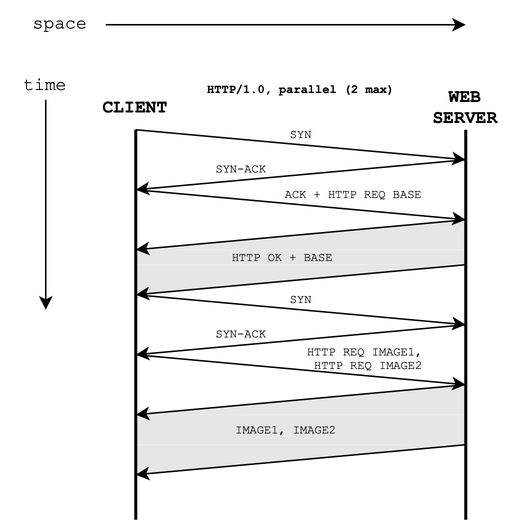
The draw.io diagram docs/NS/images/cse2024-time-space-diagram-tcp-http1.0-parallel.drawio.png in natalieagus/50005, before a commit. Source tidied: cells renumbered, new cells last; positions are measured from the earlier drawing's top-left corner, leaving out a move shared by most shapes. Its diagram source:
```xml
<mxGraphModel>
  <root>
    <mxCell id="0" />
    <mxCell id="1" parent="0" />
    <mxCell id="2" style="verticalLabelPosition=bottom;verticalAlign=top;html=1;shape=mxgraph.basic.orthogonal_triangle;fillColor=#E6E6E6;fontColor=#333333;strokeColor=#FFFFFF;flipH=1;strokeWidth=0;fontFamily=Courier New;" parent="1" vertex="1">
      <mxGeometry x="90" y="256" width="220" height="20" as="geometry" />
    </mxCell>
    <mxCell id="3" style="verticalLabelPosition=bottom;verticalAlign=top;html=1;shape=mxgraph.basic.orthogonal_triangle;fillColor=#E6E6E6;fontColor=#333333;strokeColor=#FFFFFF;flipH=0;strokeWidth=0;flipV=1;fontFamily=Courier New;" parent="1" vertex="1">
      <mxGeometry x="90" y="296" width="220" height="20" as="geometry" />
    </mxCell>
    <mxCell id="4" style="rounded=0;whiteSpace=wrap;html=1;fillColor=#E6E6E6;fontColor=#333333;strokeColor=none;strokeWidth=0;fontFamily=Courier New;" parent="1" vertex="1">
      <mxGeometry x="90" y="276" width="220" height="20" as="geometry" />
    </mxCell>
    <mxCell id="5" style="verticalLabelPosition=bottom;verticalAlign=top;html=1;shape=mxgraph.basic.orthogonal_triangle;fillColor=#E6E6E6;fontColor=#333333;strokeColor=#FFFFFF;flipH=1;strokeWidth=0;fontFamily=Courier New;" parent="1" vertex="1">
      <mxGeometry x="90" y="146" width="220" height="20" as="geometry" />
    </mxCell>
    <mxCell id="6" style="verticalLabelPosition=bottom;verticalAlign=top;html=1;shape=mxgraph.basic.orthogonal_triangle;fillColor=#E6E6E6;fontColor=#333333;strokeColor=#FFFFFF;flipH=0;flipV=1;strokeWidth=0;fontFamily=Courier New;" parent="1" vertex="1">
      <mxGeometry x="90" y="176" width="220" height="20" as="geometry" />
    </mxCell>
    <mxCell id="7" style="rounded=0;whiteSpace=wrap;html=1;fillColor=#E6E6E6;fontColor=#333333;strokeColor=none;strokeWidth=0;fontFamily=Courier New;" parent="1" vertex="1">
      <mxGeometry x="90" y="166" width="220" height="10" as="geometry" />
    </mxCell>
    <mxCell id="8" value="CLIENT" style="text;html=1;align=center;verticalAlign=middle;whiteSpace=wrap;rounded=0;fontStyle=1;fontFamily=Courier New;" parent="1" vertex="1">
      <mxGeometry x="60" y="56" width="60" height="30" as="geometry" />
    </mxCell>
    <mxCell id="9" value="WEB SERVER" style="text;html=1;align=center;verticalAlign=middle;whiteSpace=wrap;rounded=0;fontStyle=1;fontFamily=Courier New;" parent="1" vertex="1">
      <mxGeometry x="280" y="56" width="60" height="30" as="geometry" />
    </mxCell>
    <mxCell id="10" style="endArrow=none;html=1;rounded=0;strokeWidth=2;fontFamily=Courier New;" parent="1" edge="1">
      <mxGeometry relative="1" as="geometry">
        <mxPoint x="90" y="346" as="sourcePoint" />
        <mxPoint x="90" y="86" as="targetPoint" />
      </mxGeometry>
    </mxCell>
    <mxCell id="11" style="endArrow=none;html=1;rounded=0;strokeWidth=2;fontFamily=Courier New;" parent="1" edge="1">
      <mxGeometry relative="1" as="geometry">
        <mxPoint x="310" y="346" as="sourcePoint" />
        <mxPoint x="310" y="86" as="targetPoint" />
      </mxGeometry>
    </mxCell>
    <mxCell id="12" style="endArrow=classic;html=1;rounded=0;fontFamily=Courier New;" parent="1" edge="1">
      <mxGeometry relative="1" as="geometry">
        <mxPoint x="90" y="86" as="sourcePoint" />
        <mxPoint x="310" y="106" as="targetPoint" />
      </mxGeometry>
    </mxCell>
    <mxCell id="13" style="endArrow=classic;html=1;rounded=0;fontFamily=Courier New;" parent="1" edge="1">
      <mxGeometry relative="1" as="geometry">
        <mxPoint x="310" y="106" as="sourcePoint" />
        <mxPoint x="90" y="126" as="targetPoint" />
      </mxGeometry>
    </mxCell>
    <mxCell id="14" style="endArrow=classic;html=1;rounded=0;fontFamily=Courier New;" parent="1" edge="1">
      <mxGeometry relative="1" as="geometry">
        <mxPoint x="90" y="126" as="sourcePoint" />
        <mxPoint x="310" y="146" as="targetPoint" />
      </mxGeometry>
    </mxCell>
    <mxCell id="15" style="endArrow=classic;html=1;rounded=0;fontFamily=Courier New;" parent="1" edge="1">
      <mxGeometry relative="1" as="geometry">
        <mxPoint x="310" y="146" as="sourcePoint" />
        <mxPoint x="90" y="166" as="targetPoint" />
      </mxGeometry>
    </mxCell>
    <mxCell id="16" style="endArrow=classic;html=1;rounded=0;fontFamily=Courier New;" parent="1" edge="1">
      <mxGeometry relative="1" as="geometry">
        <mxPoint x="310" y="176" as="sourcePoint" />
        <mxPoint x="90" y="196" as="targetPoint" />
      </mxGeometry>
    </mxCell>
    <mxCell id="17" style="endArrow=classic;html=1;rounded=0;fontFamily=Courier New;" parent="1" edge="1" target="7">
      <mxGeometry relative="1" as="geometry">
        <mxPoint x="310" y="176" as="sourcePoint" />
      </mxGeometry>
    </mxCell>
    <mxCell id="18" value="SYN" style="text;html=1;align=center;verticalAlign=middle;strokeColor=none;fillColor=none;fontSize=8;fontFamily=Courier New;" parent="1" vertex="1">
      <mxGeometry x="180" y="79" width="40" height="20" as="geometry" />
    </mxCell>
    <mxCell id="19" value="SYN-ACK" style="text;html=1;align=center;verticalAlign=middle;strokeColor=none;fillColor=none;fontSize=8;fontFamily=Courier New;" parent="1" vertex="1">
      <mxGeometry x="130" y="102" width="60" height="20" as="geometry" />
    </mxCell>
    <mxCell id="20" value="ACK + HTTP REQ BASE" style="text;html=1;align=center;verticalAlign=middle;strokeColor=none;fillColor=none;fontSize=8;fontFamily=Courier New;" parent="1" vertex="1">
      <mxGeometry x="180" y="119" width="110" height="20" as="geometry" />
    </mxCell>
    <mxCell id="21" value="HTTP REQ IMAGE1,&amp;nbsp;&lt;div&gt;HTTP REQ IMAGE2&lt;/div&gt;" style="text;html=1;align=center;verticalAlign=middle;strokeColor=none;fillColor=none;fontSize=8;fontFamily=Courier New;" parent="1" vertex="1">
      <mxGeometry x="190" y="223" width="110" height="30" as="geometry" />
    </mxCell>
    <mxCell id="22" style="endArrow=classic;html=1;rounded=0;fontFamily=Courier New;" parent="1" edge="1">
      <mxGeometry relative="1" as="geometry">
        <mxPoint x="310" y="256" as="sourcePoint" />
        <mxPoint x="90" y="276" as="targetPoint" />
      </mxGeometry>
    </mxCell>
    <mxCell id="23" style="endArrow=classic;html=1;rounded=0;fontFamily=Courier New;" parent="1" edge="1">
      <mxGeometry relative="1" as="geometry">
        <mxPoint x="310" y="296" as="sourcePoint" />
        <mxPoint x="90" y="316" as="targetPoint" />
      </mxGeometry>
    </mxCell>
    <mxCell id="24" value="IMAGE1, IMAGE2" style="text;html=1;align=center;verticalAlign=middle;strokeColor=none;fillColor=none;fontSize=8;fontFamily=Courier New;" parent="1" vertex="1">
      <mxGeometry x="145" y="276" width="90" height="20" as="geometry" />
    </mxCell>
    <mxCell id="25" value="HTTP/1.0, parallel (2 max)" style="text;html=1;align=center;verticalAlign=middle;strokeColor=none;fillColor=none;fontStyle=1;fontSize=8;fontFamily=Courier New;" parent="1" vertex="1">
      <mxGeometry x="125" y="49" width="150" height="20" as="geometry" />
    </mxCell>
    <mxCell id="26" value="HTTP OK + BASE&amp;nbsp;" style="text;html=1;align=center;verticalAlign=middle;strokeColor=none;fillColor=none;fontSize=8;fontFamily=Courier New;" parent="1" vertex="1">
      <mxGeometry x="140" y="161" width="100" height="20" as="geometry" />
    </mxCell>
    <mxCell id="27" style="endArrow=classic;html=1;rounded=0;fontFamily=Courier New;" parent="1" edge="1">
      <mxGeometry relative="1" as="geometry">
        <mxPoint x="30" y="66" as="sourcePoint" />
        <mxPoint x="30" y="206" as="targetPoint" />
      </mxGeometry>
    </mxCell>
    <mxCell id="28" value="time" style="text;html=1;align=center;verticalAlign=middle;whiteSpace=wrap;rounded=0;fontStyle=0;fontFamily=Courier New;" parent="1" vertex="1">
      <mxGeometry y="41" width="60" height="30" as="geometry" />
    </mxCell>
    <mxCell id="29" style="endArrow=classic;html=1;rounded=0;" parent="1" edge="1">
      <mxGeometry relative="1" as="geometry">
        <mxPoint x="70" y="16" as="sourcePoint" />
        <mxPoint x="310" y="16" as="targetPoint" />
      </mxGeometry>
    </mxCell>
    <mxCell id="30" value="space" style="text;html=1;align=center;verticalAlign=middle;whiteSpace=wrap;rounded=0;fontStyle=0;fontFamily=Courier New;" parent="1" vertex="1">
      <mxGeometry x="10" width="60" height="30" as="geometry" />
    </mxCell>
    <mxCell id="31" style="endArrow=classic;html=1;rounded=0;fontFamily=Courier New;" parent="1" edge="1">
      <mxGeometry relative="1" as="geometry">
        <mxPoint x="90" y="196" as="sourcePoint" />
        <mxPoint x="310" y="216" as="targetPoint" />
      </mxGeometry>
    </mxCell>
    <mxCell id="32" style="endArrow=classic;html=1;rounded=0;fontFamily=Courier New;" parent="1" edge="1">
      <mxGeometry relative="1" as="geometry">
        <mxPoint x="310" y="216" as="sourcePoint" />
        <mxPoint x="90" y="236" as="targetPoint" />
      </mxGeometry>
    </mxCell>
    <mxCell id="33" style="endArrow=classic;html=1;rounded=0;fontFamily=Courier New;" parent="1" edge="1">
      <mxGeometry relative="1" as="geometry">
        <mxPoint x="90" y="236" as="sourcePoint" />
        <mxPoint x="310" y="256" as="targetPoint" />
      </mxGeometry>
    </mxCell>
    <mxCell id="34" value="SYN" style="text;html=1;align=center;verticalAlign=middle;strokeColor=none;fillColor=none;fontSize=8;fontFamily=Courier New;" parent="1" vertex="1">
      <mxGeometry x="180" y="189" width="40" height="20" as="geometry" />
    </mxCell>
    <mxCell id="35" value="SYN-ACK" style="text;html=1;align=center;verticalAlign=middle;strokeColor=none;fillColor=none;fontSize=8;fontFamily=Courier New;" parent="1" vertex="1">
      <mxGeometry x="130" y="212" width="60" height="20" as="geometry" />
    </mxCell>
  </root>
</mxGraphModel>
```
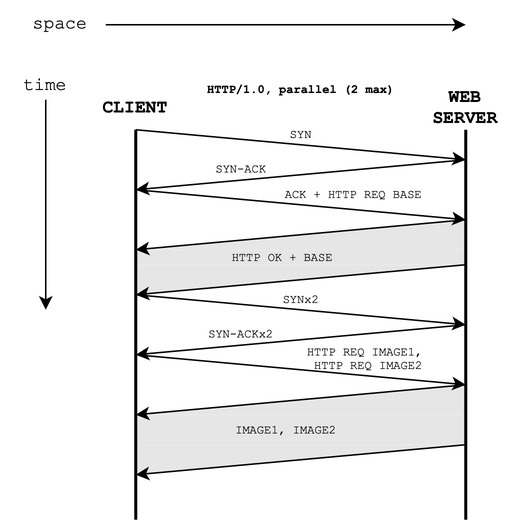
The same file after the commit.

Commit message:
feat: update synx2 for parallel conn to make it clearer

The edit, as a diff of the source:
```diff
@@ -142,11 +142,11 @@
         <mxPoint x="310" y="256" as="targetPoint" />
       </mxGeometry>
     </mxCell>
-    <mxCell id="34" value="SYN" style="text;html=1;align=center;verticalAlign=middle;strokeColor=none;fillColor=none;fontSize=8;fontFamily=Courier New;" parent="1" vertex="1">
-      <mxGeometry x="180" y="189" width="40" height="20" as="geometry" />
+    <mxCell id="34" value="SYNx2" style="text;html=1;align=center;verticalAlign=middle;strokeColor=none;fillColor=none;fontSize=8;fontFamily=Courier New;" parent="1" vertex="1">
+      <mxGeometry x="175" y="189" width="50" height="20" as="geometry" />
     </mxCell>
-    <mxCell id="35" value="SYN-ACK" style="text;html=1;align=center;verticalAlign=middle;strokeColor=none;fillColor=none;fontSize=8;fontFamily=Courier New;" parent="1" vertex="1">
-      <mxGeometry x="130" y="212" width="60" height="20" as="geometry" />
+    <mxCell id="35" value="SYN-ACKx2" style="text;html=1;align=center;verticalAlign=middle;strokeColor=none;fillColor=none;fontSize=8;fontFamily=Courier New;" parent="1" vertex="1">
+      <mxGeometry x="125" y="212" width="70" height="20" as="geometry" />
     </mxCell>
   </root>
 </mxGraphModel>
```
